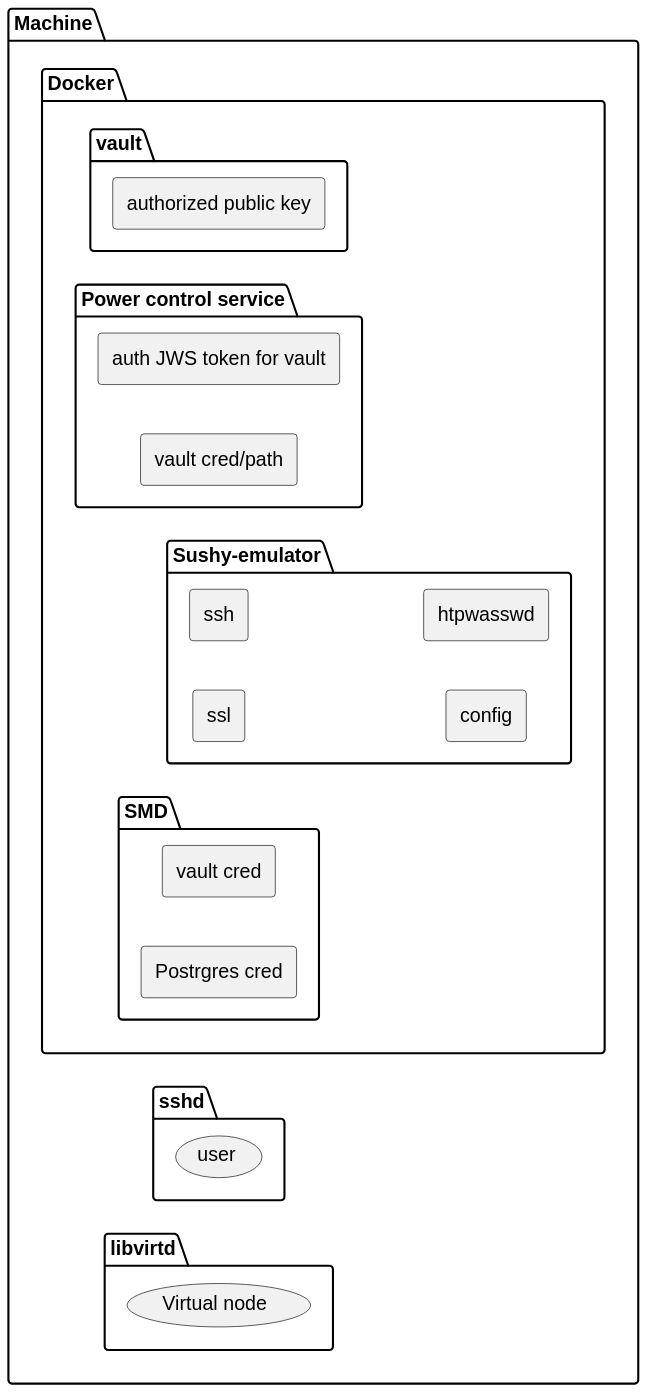
Earlier version of the PlantUML export quickstart/assets/deployment-openchami-testing-environment.svg (OpenCHAMI/deployment-recipes). Its source is kept beside it as quickstart/assets/deployment-openchami-testing-environment.plantuml.
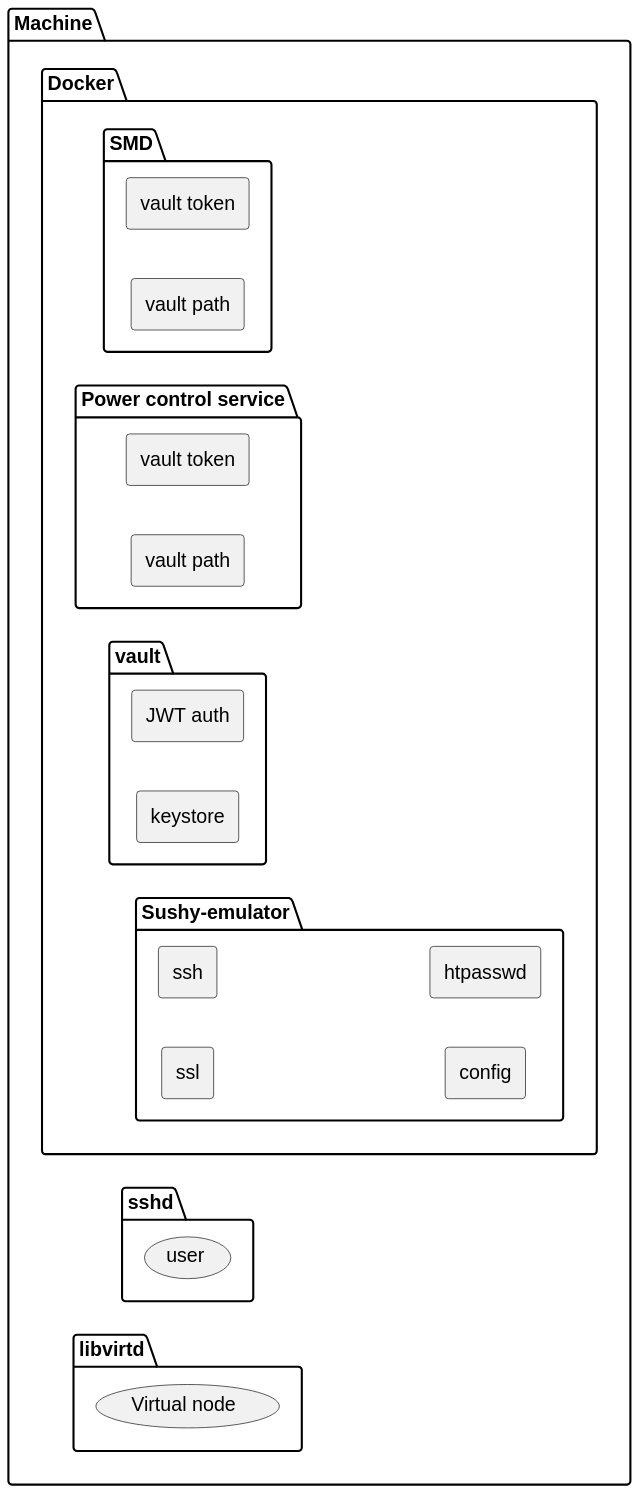
After the commit.

The edit, as a diff of the source:
```diff
@@ -7,25 +7,26 @@
     (virtual_node) as "Virtual node"
   }
   package sshd as "sshd" {
-  	(user)
+    (user)
   }
   package docker_pkg as "Docker" {
-    package smd as "SMD" {
-    	rectangle smd_postgresql as "Postrgres cred"
-    	rectangle smd_vault as "vault cred"
-    }
     package sushy_emulator as "Sushy-emulator" {
       rectangle sushy_emulator_ssl as "ssl"
       rectangle sushy_emulator_ssh as "ssh"
       rectangle sushy_emulator_config as "config"
-      rectangle sushy_emulator_htpwasswd as "htpwasswd"
+      rectangle sushy_emulator_htpasswd as "htpasswd"
+    }
+    package vault as "vault" {
+      rectangle vault_keystore as "keystore"
+      rectangle vault_jwt_auth as "JWT auth"
     }
     package pcs as "Power control service" {
-      rectangle pcs_vault as "vault cred/path"
-      rectangle pcs_token as "auth JWS token for vault"
+      rectangle pcs_vault as "vault path"
+      rectangle pcs_token as "vault token"
     }
-    package vault as "vault" {
-      rectangle vault_public_key as "authorized public key"
+    package smd as "SMD" {
+      rectangle smd_vault as "vault path"
+      rectangle smd_token as "vault token"
     }
   }
 }
```
